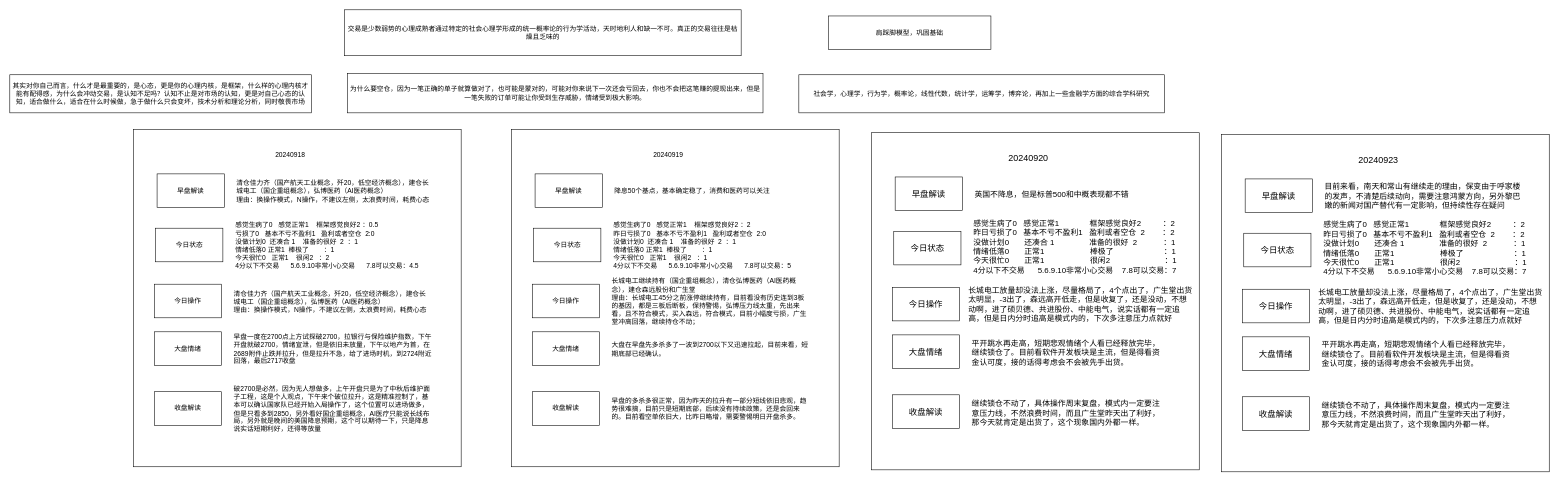
Earlier version of the draw.io diagram 日志.drawio (chiti-liu/my_design). Source tidied: cells renumbered, new cells numbered last; positions are measured from the earlier drawing's top-left corner, leaving out a move shared by most shapes. Both pictures are drawn from the tidied source at 56%, with x=0, y=0 at pixel (10, 10).
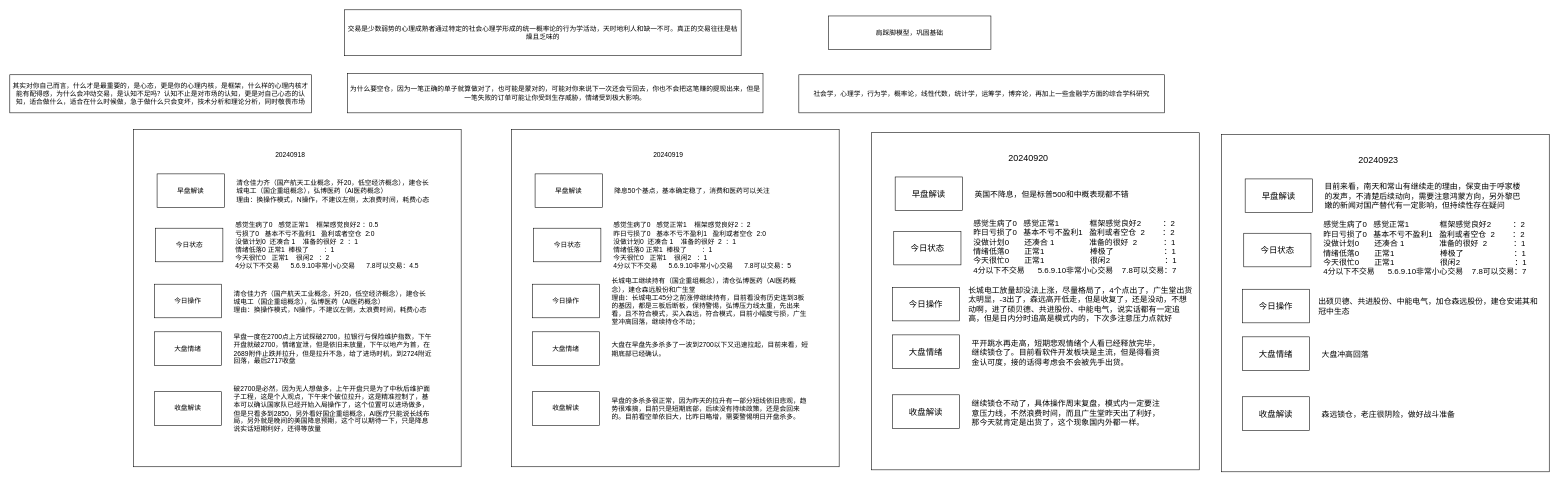
Above is the later version.

Unchanged cells that the change refers to:
```xml
<mxCell id="60" style="group;" parent="1" vertex="1">
  <mxGeometry x="2201" y="499" width="542" height="71" as="geometry" />
</mxCell>
<mxCell id="63" style="group;" parent="1" vertex="1">
  <mxGeometry x="2201" y="584" width="495.5" height="61" as="geometry" />
</mxCell>
<mxCell id="69" style="group;align=left;" parent="1" vertex="1">
  <mxGeometry x="2201" y="691" width="495.5" height="61" as="geometry" />
</mxCell>
```

Diff of the diagram source:
```diff
@@
-    <mxCell id="62" value="&lt;font style=&quot;font-size: 14px;&quot;&gt;长城电工放量却没法上涨，尽量格局了，4个点出了，广生堂出货太明显，-3出了，森远高开低走，但是收复了，还是没动，不想动啊，进了硕贝德、共进股份、中能电气，说实话都有一定追高，但是日内分时追高是模式内的，下次多注意压力点就好&lt;/font&gt;" style="text;html=1;align=left;verticalAlign=middle;whiteSpace=wrap;rounded=0;" parent="60" vertex="1">
+    <mxCell id="62" value="&lt;font style=&quot;font-size: 14px;&quot;&gt;出硕贝德、共进股份、中能电气，加仓森远股份，建仓安诺其和冠中生态&lt;/font&gt;" style="text;html=1;align=left;verticalAlign=middle;whiteSpace=wrap;rounded=0;" parent="60" vertex="1">
       <mxGeometry x="134" y="-3.6" width="406" height="67.2" as="geometry" />
     </mxCell>
@@
-    <mxCell id="65" value="&lt;font style=&quot;font-size: 14px;&quot;&gt;平开跳水再走高，短期悲观情绪个人看已经释放完毕，继续锁仓了。目前看软件开发板块是主流，但是得看资金认可度，接的话得考虑会不会被先手出货。&lt;/font&gt;" style="text;html=1;align=left;verticalAlign=middle;whiteSpace=wrap;rounded=0;" parent="63" vertex="1">
+    <mxCell id="65" value="&lt;font style=&quot;font-size: 14px;&quot;&gt;大盘冲高回落&lt;/font&gt;" style="text;html=1;align=left;verticalAlign=middle;whiteSpace=wrap;rounded=0;" parent="63" vertex="1">
       <mxGeometry x="140" y="6.5" width="349" height="49.5" as="geometry" />
     </mxCell>
@@
-    <mxCell id="71" value="&lt;font style=&quot;font-size: 14px;&quot;&gt;继续锁仓不动了，具体操作周末复盘，模式内一定要注意压力线，不然浪费时间，而且广生堂昨天出了利好，那今天就肯定是出货了，这个现象国内外都一样。&lt;/font&gt;" style="text;html=1;align=left;verticalAlign=middle;whiteSpace=wrap;rounded=0;" parent="69" vertex="1">
+    <mxCell id="71" value="&lt;font style=&quot;font-size: 14px;&quot;&gt;森远锁仓，老庄很阴险，做好战斗准备&lt;/font&gt;" style="text;html=1;align=left;verticalAlign=middle;whiteSpace=wrap;rounded=0;" parent="69" vertex="1">
       <mxGeometry x="140" y="7.5" width="347" height="49.5" as="geometry" />
     </mxCell>
```
